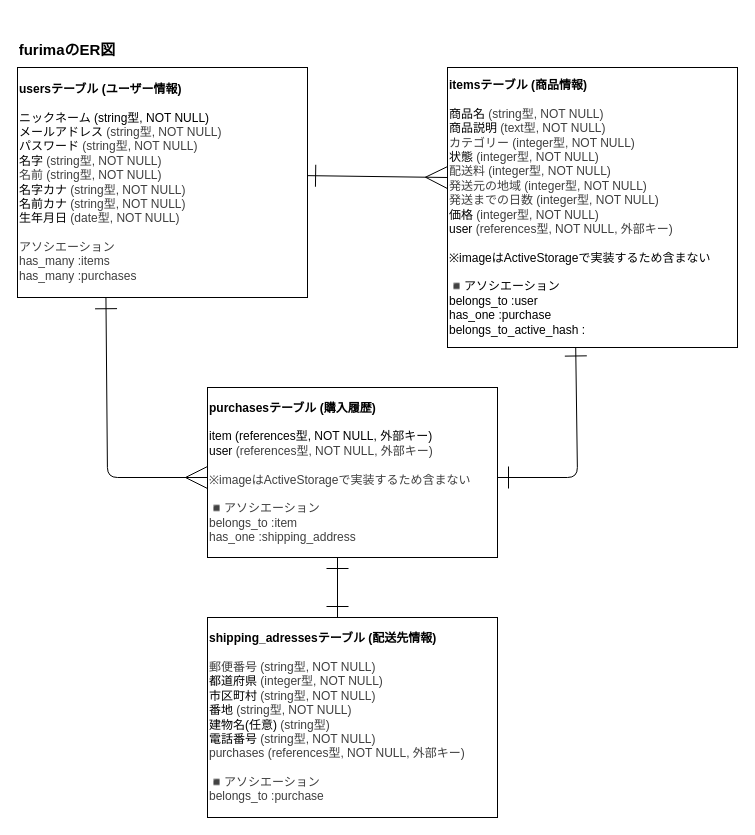
Before: er.dio in kuraomirako/furima-42532, a draw.io diagram. Source tidied: cells renumbered, new cells numbered last; positions are measured from the earlier drawing's top-left corner, leaving out a move shared by most shapes. Both pictures are drawn from the tidied source at 100%, with x=0, y=0 at pixel (17, 27).
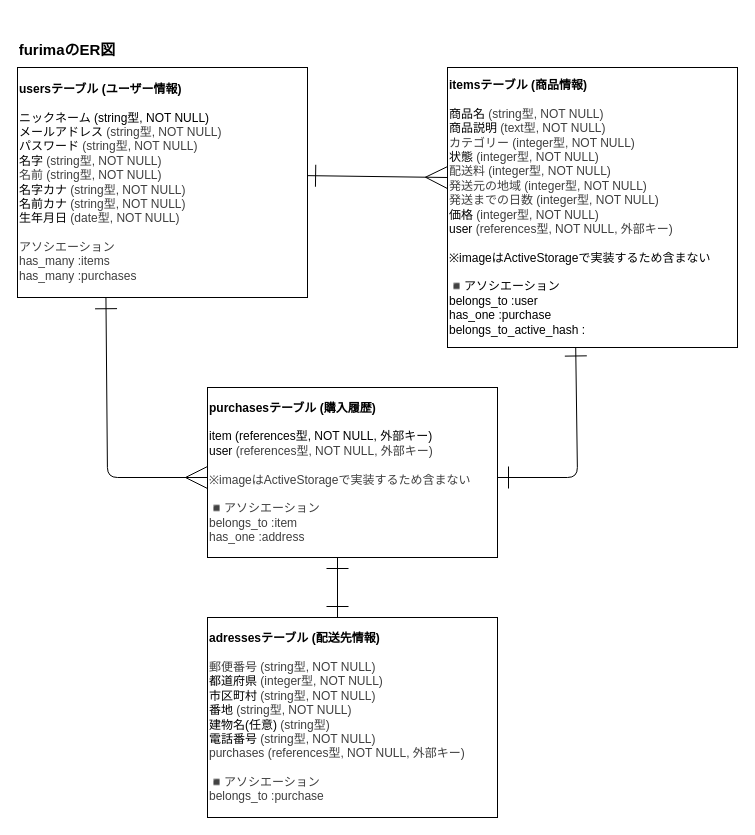
After the change.

Diff of the diagram source:
```diff
@@
 <mxGraphModel>
   <root>
     <mxCell id="0" />
     <mxCell id="1" parent="0" />
     <mxCell id="2" value="&lt;h1&gt;&lt;font style=&quot;font-size: 15px;&quot;&gt;furimaのER図&lt;/font&gt;&lt;/h1&gt;" style="whiteSpace=wrap;html=1;align=center;strokeColor=none;" parent="1" vertex="1">
       <mxGeometry width="100" height="40" as="geometry" />
     </mxCell>
     <mxCell id="3" style="edgeStyle=none;html=1;exitX=0.99;exitY=0.47;exitDx=0;exitDy=0;entryX=0;entryY=0.5;entryDx=0;entryDy=0;targetPerimeterSpacing=6;sourcePerimeterSpacing=6;endSize=20;endArrow=ERmany;endFill=0;startSize=20;strokeColor=default;startArrow=ERone;startFill=0;exitPerimeter=0;" parent="1" edge="1" source="4">
       <mxGeometry relative="1" as="geometry">
         <mxPoint x="430" y="150" as="targetPoint" />
       </mxGeometry>
     </mxCell>
     <mxCell id="4" value="&lt;div&gt;&lt;b&gt;usersテーブル (ユーザー情報)&lt;/b&gt;&lt;/div&gt;&lt;div&gt;&lt;br&gt;&lt;/div&gt;&lt;div&gt;ニックネーム (string型, NOT NULL)&lt;/div&gt;&lt;div&gt;&lt;span style=&quot;background-color: transparent;&quot;&gt;メールアドレス&lt;/span&gt;&lt;span style=&quot;color: rgb(63, 63, 63); background-color: transparent;&quot;&gt;&amp;nbsp;&lt;/span&gt;&lt;span style=&quot;color: rgb(63, 63, 63); background-color: transparent;&quot;&gt;(string型, NOT NULL)&lt;/span&gt;&lt;/div&gt;&lt;div&gt;パスワード&lt;span style=&quot;background-color: transparent; color: rgb(63, 63, 63);&quot;&gt;&amp;nbsp;&lt;/span&gt;&lt;span style=&quot;background-color: transparent; color: rgb(63, 63, 63);&quot;&gt;(string型, NOT NULL)&lt;/span&gt;&lt;/div&gt;&lt;div&gt;名字&lt;span style=&quot;background-color: transparent; color: rgb(63, 63, 63);&quot;&gt;&amp;nbsp;&lt;/span&gt;&lt;span style=&quot;background-color: transparent; color: rgb(63, 63, 63);&quot;&gt;(string型, NOT NULL)&lt;/span&gt;&lt;/div&gt;&lt;div&gt;&lt;span style=&quot;background-color: transparent; color: rgb(63, 63, 63);&quot;&gt;名前&amp;nbsp;&lt;/span&gt;&lt;span style=&quot;background-color: transparent; color: rgb(63, 63, 63);&quot;&gt;(string型, NOT NULL)&lt;/span&gt;&lt;/div&gt;&lt;div&gt;名字カナ&lt;span style=&quot;background-color: transparent; color: rgb(63, 63, 63);&quot;&gt;&amp;nbsp;&lt;/span&gt;&lt;span style=&quot;background-color: transparent; color: rgb(63, 63, 63);&quot;&gt;(string型, NOT NULL)&lt;/span&gt;&lt;/div&gt;&lt;div&gt;名前カナ&lt;span style=&quot;background-color: transparent; color: rgb(63, 63, 63);&quot;&gt;&amp;nbsp;&lt;/span&gt;&lt;span style=&quot;background-color: transparent; color: rgb(63, 63, 63);&quot;&gt;(string型, NOT NULL)&lt;/span&gt;&lt;/div&gt;&lt;div&gt;生年月日&lt;span style=&quot;background-color: transparent; color: rgb(63, 63, 63);&quot;&gt;&amp;nbsp;&lt;/span&gt;&lt;span style=&quot;background-color: transparent; color: rgb(63, 63, 63);&quot;&gt;(date型, NOT NULL)&lt;/span&gt;&lt;/div&gt;&lt;div&gt;&lt;span style=&quot;background-color: transparent; color: rgb(63, 63, 63);&quot;&gt;&lt;br&gt;&lt;/span&gt;&lt;/div&gt;&lt;div&gt;&lt;span style=&quot;background-color: transparent; color: rgb(63, 63, 63);&quot;&gt;アソシエーション&lt;/span&gt;&lt;/div&gt;&lt;div&gt;&lt;span style=&quot;background-color: transparent; color: rgb(63, 63, 63);&quot;&gt;has_many :items&lt;/span&gt;&lt;/div&gt;&lt;div&gt;&lt;span style=&quot;background-color: transparent; color: rgb(63, 63, 63);&quot;&gt;has_many :purchases&lt;/span&gt;&lt;/div&gt;" style="whiteSpace=wrap;html=1;align=left;" parent="1" vertex="1">
       <mxGeometry y="40" width="290" height="230" as="geometry" />
     </mxCell>
     <mxCell id="5" style="edgeStyle=none;html=1;endSize=20;startSize=20;endArrow=ERone;endFill=0;startArrow=ERone;startFill=0;exitX=0.442;exitY=0.991;exitDx=0;exitDy=0;exitPerimeter=0;" parent="1" edge="1" source="6">
       <mxGeometry relative="1" as="geometry">
         <mxPoint x="480" y="450" as="targetPoint" />
         <Array as="points">
           <mxPoint x="560" y="450" />
         </Array>
       </mxGeometry>
     </mxCell>
     <mxCell id="6" value="&lt;div&gt;&lt;b&gt;itemsテーブル (商品情報)&lt;/b&gt;&lt;/div&gt;&lt;div&gt;&lt;br&gt;&lt;/div&gt;&lt;div&gt;商品名&lt;span style=&quot;color: rgb(63, 63, 63); background-color: transparent;&quot;&gt;&amp;nbsp;&lt;/span&gt;&lt;span style=&quot;color: rgb(63, 63, 63); background-color: transparent;&quot;&gt;(string型, NOT NULL)&lt;/span&gt;&lt;/div&gt;&lt;div&gt;商品説明&lt;span style=&quot;color: rgb(63, 63, 63); background-color: transparent;&quot;&gt;&amp;nbsp;&lt;/span&gt;&lt;span style=&quot;color: rgb(63, 63, 63); background-color: transparent;&quot;&gt;(text型, NOT NULL)&lt;/span&gt;&lt;/div&gt;&lt;div&gt;&lt;span style=&quot;color: rgb(63, 63, 63); background-color: transparent;&quot;&gt;カテゴリー (integer型, NOT NULL)&lt;/span&gt;&lt;/div&gt;&lt;div&gt;状態&lt;span style=&quot;color: rgb(63, 63, 63); background-color: transparent;&quot;&gt;&amp;nbsp;&lt;/span&gt;&lt;span style=&quot;color: rgb(63, 63, 63); background-color: transparent;&quot;&gt;(integer型, NOT NULL)&lt;/span&gt;&lt;/div&gt;&lt;div&gt;&lt;span style=&quot;color: rgb(63, 63, 63); background-color: transparent;&quot;&gt;配送料&lt;/span&gt;&lt;span style=&quot;color: rgb(63, 63, 63); background-color: transparent;&quot;&gt;&amp;nbsp;&lt;/span&gt;&lt;span style=&quot;color: rgb(63, 63, 63); background-color: transparent;&quot;&gt;(integer型, NOT NULL)&lt;/span&gt;&lt;/div&gt;&lt;div&gt;&lt;span style=&quot;color: rgb(63, 63, 63); background-color: transparent;&quot;&gt;発送元の地域&lt;/span&gt;&lt;span style=&quot;color: rgb(63, 63, 63); background-color: transparent;&quot;&gt;&amp;nbsp;&lt;/span&gt;&lt;span style=&quot;color: rgb(63, 63, 63); background-color: transparent;&quot;&gt;(integer型, NOT NULL)&lt;/span&gt;&lt;/div&gt;&lt;div&gt;&lt;span style=&quot;color: rgb(63, 63, 63); background-color: transparent;&quot;&gt;発送までの日数&lt;/span&gt;&lt;span style=&quot;color: rgb(63, 63, 63); background-color: transparent;&quot;&gt;&amp;nbsp;&lt;/span&gt;&lt;span style=&quot;color: rgb(63, 63, 63); background-color: transparent;&quot;&gt;(integer型, NOT NULL)&lt;/span&gt;&lt;/div&gt;&lt;div&gt;価格&lt;span style=&quot;color: rgb(63, 63, 63); background-color: transparent;&quot;&gt;&amp;nbsp;&lt;/span&gt;&lt;span style=&quot;color: rgb(63, 63, 63); background-color: transparent;&quot;&gt;(integer型, NOT NULL)&lt;/span&gt;&lt;/div&gt;&lt;div&gt;user&lt;span style=&quot;color: rgb(63, 63, 63); background-color: transparent;&quot;&gt;&amp;nbsp;&lt;/span&gt;&lt;span style=&quot;color: rgb(63, 63, 63); background-color: transparent;&quot;&gt;(references型, NOT NULL, 外部キー)&lt;/span&gt;&lt;/div&gt;&lt;div&gt;&lt;br&gt;&lt;/div&gt;&lt;div&gt;※imageはActiveStorageで実装するため含まない&lt;/div&gt;&lt;div&gt;&lt;br&gt;&lt;/div&gt;&lt;div&gt;◾️アソシエーション&lt;/div&gt;&lt;div&gt;belongs_to :user&lt;/div&gt;&lt;div&gt;has_one :purchase&lt;/div&gt;&lt;div&gt;belongs_to_active_hash :&lt;/div&gt;" style="whiteSpace=wrap;html=1;align=left;" parent="1" vertex="1">
       <mxGeometry x="430" y="40" width="290" height="280" as="geometry" />
     </mxCell>
-    <mxCell id="7" value="&lt;div&gt;&lt;b&gt;purchasesテーブル (購入履歴)&lt;/b&gt;&lt;/div&gt;&lt;div&gt;&lt;br&gt;&lt;/div&gt;&lt;div&gt;item (references型, NOT NULL, 外部キー)&lt;/div&gt;&lt;div&gt;user&lt;span style=&quot;color: rgb(63, 63, 63); background-color: transparent;&quot;&gt;&amp;nbsp;&lt;/span&gt;&lt;span style=&quot;color: rgb(63, 63, 63); background-color: transparent;&quot;&gt;(references型, NOT NULL, 外部キー)&lt;/span&gt;&lt;/div&gt;&lt;div&gt;&lt;span style=&quot;background-color: transparent; color: rgb(63, 63, 63);&quot;&gt;&lt;br&gt;&lt;/span&gt;&lt;/div&gt;&lt;div&gt;&lt;span style=&quot;background-color: transparent; color: rgb(63, 63, 63);&quot;&gt;&lt;span style=&quot;color: rgb(63, 63, 63);&quot;&gt;※imageはActiveStorageで実装するため含まない&lt;/span&gt;&lt;/span&gt;&lt;/div&gt;&lt;div&gt;&lt;span style=&quot;background-color: transparent; color: rgb(63, 63, 63);&quot;&gt;&lt;span style=&quot;color: rgb(63, 63, 63);&quot;&gt;&lt;br&gt;&lt;/span&gt;&lt;/span&gt;&lt;/div&gt;&lt;div&gt;&lt;span style=&quot;background-color: transparent; color: rgb(63, 63, 63);&quot;&gt;&lt;span style=&quot;color: rgb(63, 63, 63);&quot;&gt;◾️アソシエーション&lt;/span&gt;&lt;/span&gt;&lt;/div&gt;&lt;div&gt;&lt;span style=&quot;background-color: transparent; color: rgb(63, 63, 63);&quot;&gt;&lt;span style=&quot;color: rgb(63, 63, 63);&quot;&gt;belongs_to :item&lt;/span&gt;&lt;/span&gt;&lt;/div&gt;&lt;div&gt;&lt;span style=&quot;background-color: transparent; color: rgb(63, 63, 63);&quot;&gt;&lt;span style=&quot;color: rgb(63, 63, 63);&quot;&gt;has_one :shipping_address&lt;/span&gt;&lt;/span&gt;&lt;/div&gt;" style="whiteSpace=wrap;html=1;align=left;" parent="1" vertex="1">
+    <mxCell id="7" value="&lt;div&gt;&lt;b&gt;purchasesテーブル (購入履歴)&lt;/b&gt;&lt;/div&gt;&lt;div&gt;&lt;br&gt;&lt;/div&gt;&lt;div&gt;item (references型, NOT NULL, 外部キー)&lt;/div&gt;&lt;div&gt;user&lt;span style=&quot;color: rgb(63, 63, 63); background-color: transparent;&quot;&gt;&amp;nbsp;&lt;/span&gt;&lt;span style=&quot;color: rgb(63, 63, 63); background-color: transparent;&quot;&gt;(references型, NOT NULL, 外部キー)&lt;/span&gt;&lt;/div&gt;&lt;div&gt;&lt;span style=&quot;background-color: transparent; color: rgb(63, 63, 63);&quot;&gt;&lt;br&gt;&lt;/span&gt;&lt;/div&gt;&lt;div&gt;&lt;span style=&quot;background-color: transparent; color: rgb(63, 63, 63);&quot;&gt;&lt;span style=&quot;color: rgb(63, 63, 63);&quot;&gt;※imageはActiveStorageで実装するため含まない&lt;/span&gt;&lt;/span&gt;&lt;/div&gt;&lt;div&gt;&lt;span style=&quot;background-color: transparent; color: rgb(63, 63, 63);&quot;&gt;&lt;span style=&quot;color: rgb(63, 63, 63);&quot;&gt;&lt;br&gt;&lt;/span&gt;&lt;/span&gt;&lt;/div&gt;&lt;div&gt;&lt;span style=&quot;background-color: transparent; color: rgb(63, 63, 63);&quot;&gt;&lt;span style=&quot;color: rgb(63, 63, 63);&quot;&gt;◾️アソシエーション&lt;/span&gt;&lt;/span&gt;&lt;/div&gt;&lt;div&gt;&lt;span style=&quot;background-color: transparent; color: rgb(63, 63, 63);&quot;&gt;&lt;span style=&quot;color: rgb(63, 63, 63);&quot;&gt;belongs_to :item&lt;/span&gt;&lt;/span&gt;&lt;/div&gt;&lt;div&gt;&lt;span style=&quot;background-color: transparent; color: rgb(63, 63, 63);&quot;&gt;&lt;span style=&quot;color: rgb(63, 63, 63);&quot;&gt;has_one :address&lt;/span&gt;&lt;/span&gt;&lt;/div&gt;" style="whiteSpace=wrap;html=1;align=left;" parent="1" vertex="1">
       <mxGeometry x="190" y="360" width="290" height="170" as="geometry" />
     </mxCell>
-    <mxCell id="8" value="&lt;div&gt;&lt;b&gt;shipping_adressesテーブル (配送先情報)&lt;/b&gt;&lt;/div&gt;&lt;div&gt;&lt;br&gt;&lt;/div&gt;&lt;div&gt;&lt;span style=&quot;background-color: transparent; color: rgb(63, 63, 63);&quot;&gt;郵便番号&amp;nbsp;&lt;/span&gt;&lt;span style=&quot;background-color: transparent; color: rgb(63, 63, 63);&quot;&gt;(string型, NOT NULL)&lt;/span&gt;&lt;/div&gt;&lt;div&gt;都道府県&lt;span style=&quot;background-color: transparent; color: rgb(63, 63, 63);&quot;&gt;&amp;nbsp;&lt;/span&gt;&lt;span style=&quot;background-color: transparent; color: rgb(63, 63, 63);&quot;&gt;(integer型, NOT NULL)&lt;/span&gt;&lt;/div&gt;&lt;div&gt;市区町村&lt;span style=&quot;background-color: transparent; color: rgb(63, 63, 63);&quot;&gt;&amp;nbsp;&lt;/span&gt;&lt;span style=&quot;background-color: transparent; color: rgb(63, 63, 63);&quot;&gt;(string型, NOT NULL)&lt;/span&gt;&lt;/div&gt;&lt;div&gt;番地&lt;span style=&quot;background-color: transparent; color: rgb(63, 63, 63);&quot;&gt;&amp;nbsp;&lt;/span&gt;&lt;span style=&quot;background-color: transparent; color: rgb(63, 63, 63);&quot;&gt;(string型, NOT NULL)&lt;/span&gt;&lt;/div&gt;&lt;div&gt;建物名(任意)&lt;span style=&quot;background-color: transparent; color: rgb(63, 63, 63);&quot;&gt;&amp;nbsp;&lt;/span&gt;&lt;span style=&quot;background-color: transparent; color: rgb(63, 63, 63);&quot;&gt;(string型)&lt;/span&gt;&lt;/div&gt;&lt;div&gt;電話番号&lt;span style=&quot;background-color: transparent; color: rgb(63, 63, 63);&quot;&gt;&amp;nbsp;&lt;/span&gt;&lt;span style=&quot;background-color: transparent; color: rgb(63, 63, 63);&quot;&gt;(string型, NOT NULL)&lt;/span&gt;&lt;/div&gt;&lt;div&gt;&lt;span style=&quot;background-color: transparent; color: rgb(63, 63, 63);&quot;&gt;purchases (references型, NOT NULL, 外部キー)&lt;/span&gt;&lt;/div&gt;&lt;div&gt;&lt;span style=&quot;background-color: transparent; color: rgb(63, 63, 63);&quot;&gt;&lt;br&gt;&lt;/span&gt;&lt;/div&gt;&lt;div&gt;&lt;span style=&quot;background-color: transparent; color: rgb(63, 63, 63);&quot;&gt;◾️アソシエーション&lt;/span&gt;&lt;/div&gt;&lt;div&gt;&lt;span style=&quot;background-color: transparent; color: rgb(63, 63, 63);&quot;&gt;belongs_to :purchase&lt;/span&gt;&lt;/div&gt;" style="whiteSpace=wrap;html=1;align=left;" parent="1" vertex="1">
+    <mxCell id="8" value="&lt;div&gt;&lt;b&gt;adressesテーブル (配送先情報)&lt;/b&gt;&lt;/div&gt;&lt;div&gt;&lt;br&gt;&lt;/div&gt;&lt;div&gt;&lt;span style=&quot;background-color: transparent; color: rgb(63, 63, 63);&quot;&gt;郵便番号&amp;nbsp;&lt;/span&gt;&lt;span style=&quot;background-color: transparent; color: rgb(63, 63, 63);&quot;&gt;(string型, NOT NULL)&lt;/span&gt;&lt;/div&gt;&lt;div&gt;都道府県&lt;span style=&quot;background-color: transparent; color: rgb(63, 63, 63);&quot;&gt;&amp;nbsp;&lt;/span&gt;&lt;span style=&quot;background-color: transparent; color: rgb(63, 63, 63);&quot;&gt;(integer型, NOT NULL)&lt;/span&gt;&lt;/div&gt;&lt;div&gt;市区町村&lt;span style=&quot;background-color: transparent; color: rgb(63, 63, 63);&quot;&gt;&amp;nbsp;&lt;/span&gt;&lt;span style=&quot;background-color: transparent; color: rgb(63, 63, 63);&quot;&gt;(string型, NOT NULL)&lt;/span&gt;&lt;/div&gt;&lt;div&gt;番地&lt;span style=&quot;background-color: transparent; color: rgb(63, 63, 63);&quot;&gt;&amp;nbsp;&lt;/span&gt;&lt;span style=&quot;background-color: transparent; color: rgb(63, 63, 63);&quot;&gt;(string型, NOT NULL)&lt;/span&gt;&lt;/div&gt;&lt;div&gt;建物名(任意)&lt;span style=&quot;background-color: transparent; color: rgb(63, 63, 63);&quot;&gt;&amp;nbsp;&lt;/span&gt;&lt;span style=&quot;background-color: transparent; color: rgb(63, 63, 63);&quot;&gt;(string型)&lt;/span&gt;&lt;/div&gt;&lt;div&gt;電話番号&lt;span style=&quot;background-color: transparent; color: rgb(63, 63, 63);&quot;&gt;&amp;nbsp;&lt;/span&gt;&lt;span style=&quot;background-color: transparent; color: rgb(63, 63, 63);&quot;&gt;(string型, NOT NULL)&lt;/span&gt;&lt;/div&gt;&lt;div&gt;&lt;span style=&quot;background-color: transparent; color: rgb(63, 63, 63);&quot;&gt;purchases (references型, NOT NULL, 外部キー)&lt;/span&gt;&lt;/div&gt;&lt;div&gt;&lt;span style=&quot;background-color: transparent; color: rgb(63, 63, 63);&quot;&gt;&lt;br&gt;&lt;/span&gt;&lt;/div&gt;&lt;div&gt;&lt;span style=&quot;background-color: transparent; color: rgb(63, 63, 63);&quot;&gt;◾️アソシエーション&lt;/span&gt;&lt;/div&gt;&lt;div&gt;&lt;span style=&quot;background-color: transparent; color: rgb(63, 63, 63);&quot;&gt;belongs_to :purchase&lt;/span&gt;&lt;/div&gt;" style="whiteSpace=wrap;html=1;align=left;" parent="1" vertex="1">
       <mxGeometry x="190" y="590" width="290" height="200" as="geometry" />
     </mxCell>
     <mxCell id="9" style="edgeStyle=none;html=1;endSize=20;startSize=20;endArrow=ERone;endFill=0;startArrow=ERone;startFill=0;" parent="1" edge="1">
       <mxGeometry relative="1" as="geometry">
         <mxPoint x="320" y="530" as="sourcePoint" />
         <mxPoint x="320" y="590" as="targetPoint" />
       </mxGeometry>
     </mxCell>
     <mxCell id="10" style="edgeStyle=none;html=1;endSize=20;startSize=20;endArrow=ERmany;endFill=0;startArrow=ERone;startFill=0;exitX=0.305;exitY=1.001;exitDx=0;exitDy=0;exitPerimeter=0;" parent="1" edge="1" source="4">
       <mxGeometry relative="1" as="geometry">
         <mxPoint x="190" y="450" as="targetPoint" />
         <Array as="points">
           <mxPoint x="90" y="450" />
         </Array>
       </mxGeometry>
     </mxCell>
   </root>
 </mxGraphModel>
```
